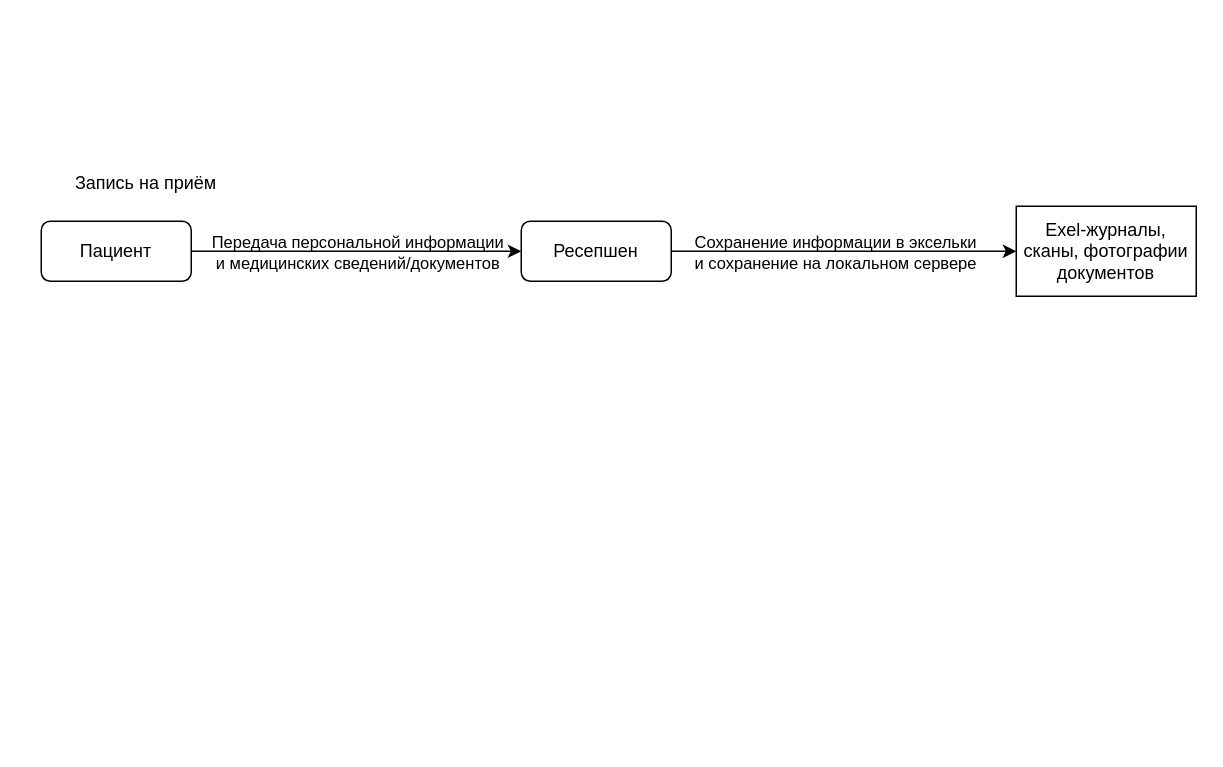
Above: task_1/1.drawio in mEssiaHofDarK/architecture-medikamente (draw.io), before the change. Source tidied: cells renumbered, new cells numbered last; positions are measured from the earlier drawing's top-left corner, leaving out a move shared by most shapes. Both pictures are drawn from the tidied source at 150%, with x=0, y=0 at pixel (40, 160).
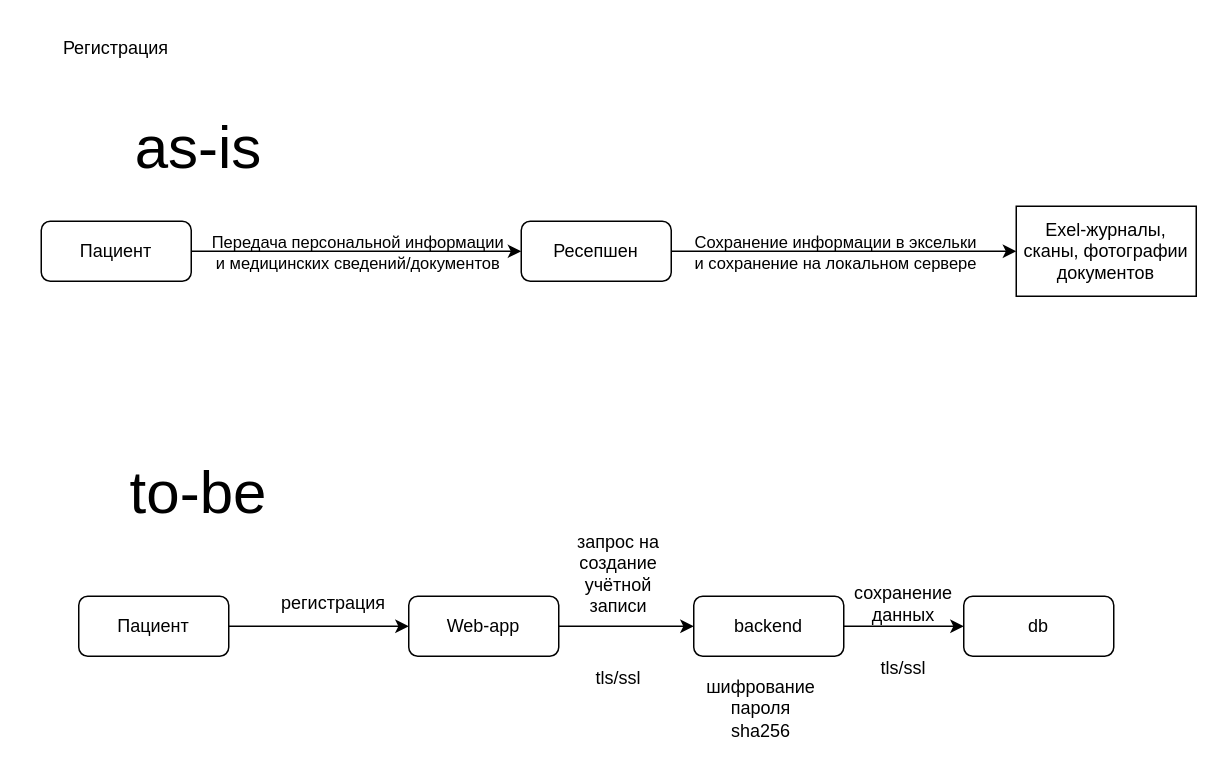
After the change.

The edit, as a diff of the source:
```diff
@@
-    <mxCell id="2" value="Запись на приём" style="text;html=1;whiteSpace=wrap;strokeColor=none;fillColor=none;align=center;verticalAlign=middle;rounded=0;" parent="1" vertex="1">
-      <mxGeometry x="10" width="120" height="30" as="geometry" />
+    <mxCell id="2" value="Регистрация" style="text;html=1;whiteSpace=wrap;strokeColor=none;fillColor=none;align=center;verticalAlign=middle;rounded=0;" parent="1" vertex="1">
+      <mxGeometry x="-10" y="-90" width="120" height="30" as="geometry" />
     </mxCell>
@@
+    <mxCell id="10" value="&lt;font style=&quot;font-size: 40px;&quot;&gt;as-is&lt;/font&gt;" style="text;html=1;whiteSpace=wrap;strokeColor=none;fillColor=none;align=center;verticalAlign=middle;rounded=0;" parent="1" vertex="1">
+      <mxGeometry x="10" y="-50" width="190" height="80" as="geometry" />
+    </mxCell>
+    <mxCell id="11" value="&lt;font style=&quot;font-size: 40px;&quot;&gt;to-be&lt;/font&gt;" style="text;html=1;whiteSpace=wrap;strokeColor=none;fillColor=none;align=center;verticalAlign=middle;rounded=0;" parent="1" vertex="1">
+      <mxGeometry x="10" y="180" width="190" height="80" as="geometry" />
+    </mxCell>
+    <mxCell id="12" style="edgeStyle=orthogonalEdgeStyle;rounded=0;jettySize=auto;html=1;exitX=1;exitY=0.5;exitDx=0;exitDy=0;entryX=0;entryY=0.5;entryDx=0;entryDy=0;" parent="1" edge="1" source="13" target="15">
+      <mxGeometry relative="1" as="geometry" />
+    </mxCell>
+    <mxCell id="13" value="Пациент" style="rounded=1;whiteSpace=wrap;html=1;fillColor=none;" parent="1" vertex="1">
+      <mxGeometry x="25" y="290" width="100" height="40" as="geometry" />
+    </mxCell>
+    <mxCell id="14" style="edgeStyle=orthogonalEdgeStyle;rounded=0;jettySize=auto;html=1;exitX=1;exitY=0.5;exitDx=0;exitDy=0;entryX=0;entryY=0.5;entryDx=0;entryDy=0;" parent="1" edge="1" source="15" target="18">
+      <mxGeometry relative="1" as="geometry" />
+    </mxCell>
+    <mxCell id="15" value="Web-app" style="rounded=1;whiteSpace=wrap;html=1;fillColor=none;" parent="1" vertex="1">
+      <mxGeometry x="245" y="290" width="100" height="40" as="geometry" />
+    </mxCell>
+    <mxCell id="16" value="регистрация" style="text;html=1;whiteSpace=wrap;strokeColor=none;fillColor=none;align=center;verticalAlign=middle;rounded=0;" parent="1" vertex="1">
+      <mxGeometry x="165" y="280" width="60" height="30" as="geometry" />
+    </mxCell>
+    <mxCell id="17" style="edgeStyle=orthogonalEdgeStyle;rounded=0;jettySize=auto;html=1;exitX=1;exitY=0.5;exitDx=0;exitDy=0;entryX=0;entryY=0.5;entryDx=0;entryDy=0;" parent="1" edge="1" source="18" target="20">
+      <mxGeometry relative="1" as="geometry" />
+    </mxCell>
+    <mxCell id="18" value="backend" style="rounded=1;whiteSpace=wrap;html=1;fillColor=none;" parent="1" vertex="1">
+      <mxGeometry x="435" y="290" width="100" height="40" as="geometry" />
+    </mxCell>
+    <mxCell id="19" value="запрос на создание учётной записи" style="text;html=1;whiteSpace=wrap;strokeColor=none;fillColor=none;align=center;verticalAlign=middle;rounded=0;" parent="1" vertex="1">
+      <mxGeometry x="355" y="260" width="60" height="30" as="geometry" />
+    </mxCell>
+    <mxCell id="20" value="db" style="rounded=1;whiteSpace=wrap;html=1;fillColor=none;" parent="1" vertex="1">
+      <mxGeometry x="615" y="290" width="100" height="40" as="geometry" />
+    </mxCell>
+    <mxCell id="21" value="сохранение данных" style="text;html=1;whiteSpace=wrap;strokeColor=none;fillColor=none;align=center;verticalAlign=middle;rounded=0;" parent="1" vertex="1">
+      <mxGeometry x="545" y="280" width="60" height="30" as="geometry" />
+    </mxCell>
+    <mxCell id="22" value="tls/ssl" style="text;html=1;whiteSpace=wrap;strokeColor=none;fillColor=none;align=center;verticalAlign=middle;rounded=0;" parent="1" vertex="1">
+      <mxGeometry x="355" y="330" width="60" height="30" as="geometry" />
+    </mxCell>
+    <mxCell id="23" value="tls/ssl&lt;div&gt;&lt;br/&gt;&lt;/div&gt;" style="text;html=1;whiteSpace=wrap;strokeColor=none;fillColor=none;align=center;verticalAlign=middle;rounded=0;" parent="1" vertex="1">
+      <mxGeometry x="545" y="330" width="60" height="30" as="geometry" />
+    </mxCell>
+    <mxCell id="24" value="шифрование пароля sha256" style="text;html=1;whiteSpace=wrap;strokeColor=none;fillColor=none;align=center;verticalAlign=middle;rounded=0;" parent="1" vertex="1">
+      <mxGeometry x="450" y="350" width="60" height="30" as="geometry" />
+    </mxCell>
```
